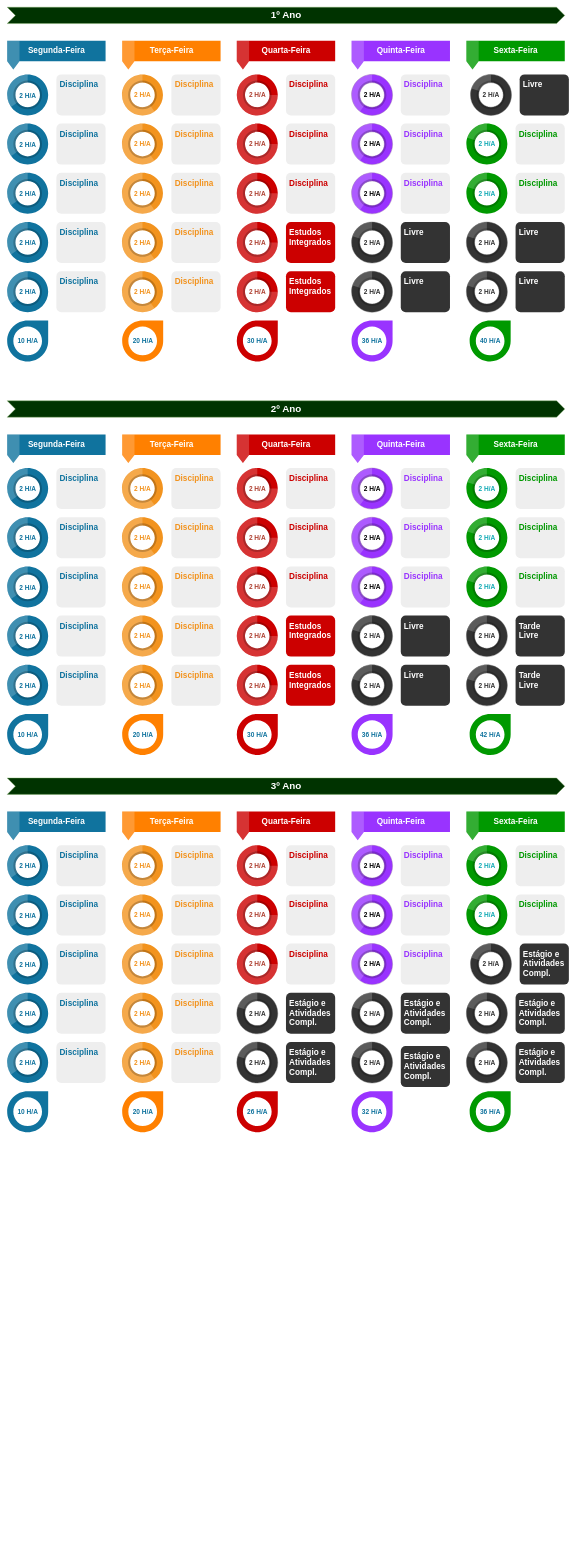
Earlier version of the draw.io diagram Pictures/DiagramaSemanal.drawio (waldeyr/novo_biotec). Source tidied: cells renumbered, new cells numbered last; positions are measured from the earlier drawing's top-left corner, leaving out a move shared by most shapes. Both pictures are drawn from the tidied source at 41%, with x=0, y=0 at pixel (7, 7).
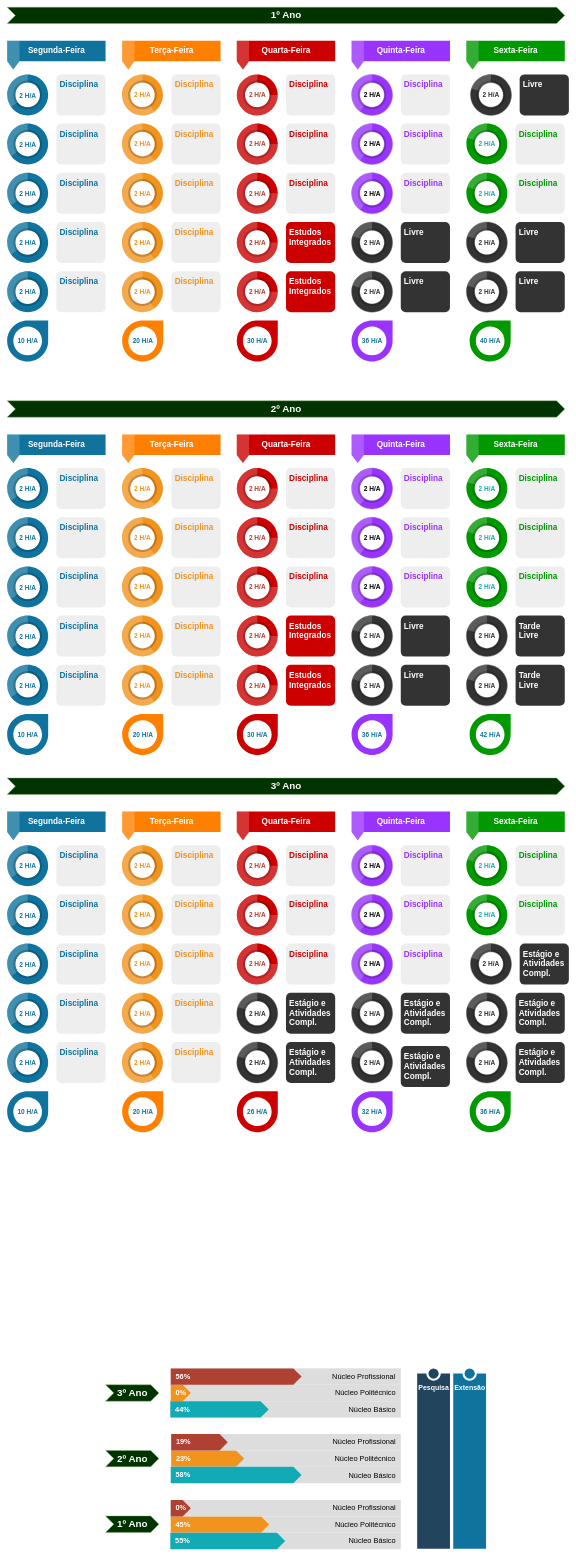
The same page after the edit.

Change to the diagram source:
```diff
@@
+    <mxCell id="185" style="whiteSpace=wrap;html=1;fixedSize=1;size=10;fillColor=#dddddd;strokeColor=none;rounded=0;" parent="1" vertex="1">
+      <mxGeometry x="399" y="3681" width="561" height="40" as="geometry" />
+    </mxCell>
+    <mxCell id="186" value="45%" style="html=1;shape=mxgraph.infographic.ribbonSimple;notch1=0;notch2=20;fillColor=#F2931E;strokeColor=none;align=left;verticalAlign=middle;fontColor=#ffffff;fontSize=18;spacingLeft=10;fontStyle=1;shadow=0;" parent="1" vertex="1">
+      <mxGeometry x="399" y="3681" width="240" height="40" as="geometry" />
+    </mxCell>
+    <mxCell id="187" style="whiteSpace=wrap;html=1;fixedSize=1;size=10;fillColor=#dddddd;strokeColor=none;rounded=0;" parent="1" vertex="1">
+      <mxGeometry x="398" y="3641" width="562" height="40" as="geometry" />
+    </mxCell>
+    <mxCell id="188" value="0%" style="html=1;shape=mxgraph.infographic.ribbonSimple;notch1=0;notch2=20;fillColor=#AE4132;strokeColor=none;align=left;verticalAlign=middle;fontColor=#ffffff;fontSize=18;spacingLeft=10;fontStyle=1;shadow=0;" parent="1" vertex="1">
+      <mxGeometry x="399" y="3641" width="49" height="40" as="geometry" />
+    </mxCell>
+    <mxCell id="189" style="whiteSpace=wrap;html=1;fixedSize=1;size=10;fillColor=#dddddd;strokeColor=none;rounded=0;" parent="1" vertex="1">
+      <mxGeometry x="398" y="3721" width="562" height="40" as="geometry" />
+    </mxCell>
+    <mxCell id="190" value="55%" style="html=1;shape=mxgraph.infographic.ribbonSimple;notch1=0;notch2=20;fillColor=#12AAB5;strokeColor=none;align=left;verticalAlign=middle;fontColor=#ffffff;fontSize=18;spacingLeft=10;fontStyle=1;shadow=0;" parent="1" vertex="1">
+      <mxGeometry x="398" y="3721" width="280" height="40" as="geometry" />
+    </mxCell>
+    <mxCell id="191" value="Núcleo Politécnico" style="text;html=1;strokeColor=none;fillColor=none;align=right;verticalAlign=middle;whiteSpace=wrap;rounded=0;shadow=0;fontSize=18;fontColor=#000000;spacingRight=10;" parent="1" vertex="1">
+      <mxGeometry x="719" y="3681" width="241" height="40" as="geometry" />
+    </mxCell>
+    <mxCell id="192" value="Núcleo Profissional" style="text;html=1;strokeColor=none;fillColor=none;align=right;verticalAlign=middle;whiteSpace=wrap;rounded=0;shadow=0;fontSize=18;fontColor=#000000;spacingRight=10;" parent="1" vertex="1">
+      <mxGeometry x="720" y="3641" width="240" height="40" as="geometry" />
+    </mxCell>
+    <mxCell id="193" value="Núcleo Básico" style="text;html=1;strokeColor=none;fillColor=none;align=right;verticalAlign=middle;whiteSpace=wrap;rounded=0;shadow=0;fontSize=18;fontColor=#000000;spacingRight=10;" parent="1" vertex="1">
+      <mxGeometry x="720" y="3721" width="240" height="40" as="geometry" />
+    </mxCell>
+    <mxCell id="194" style="whiteSpace=wrap;html=1;fixedSize=1;size=10;fillColor=#dddddd;strokeColor=none;rounded=0;" parent="1" vertex="1">
+      <mxGeometry x="400" y="3520" width="560" height="40" as="geometry" />
+    </mxCell>
+    <mxCell id="195" value="23%" style="html=1;shape=mxgraph.infographic.ribbonSimple;notch1=0;notch2=20;fillColor=#F2931E;strokeColor=none;align=left;verticalAlign=middle;fontColor=#ffffff;fontSize=18;spacingLeft=10;fontStyle=1;shadow=0;" parent="1" vertex="1">
+      <mxGeometry x="400" y="3520" width="178" height="40" as="geometry" />
+    </mxCell>
+    <mxCell id="196" style="whiteSpace=wrap;html=1;fixedSize=1;size=10;fillColor=#dddddd;strokeColor=none;rounded=0;" parent="1" vertex="1">
+      <mxGeometry x="399" y="3480" width="561" height="40" as="geometry" />
+    </mxCell>
+    <mxCell id="197" value="19%" style="html=1;shape=mxgraph.infographic.ribbonSimple;notch1=0;notch2=20;fillColor=#AE4132;strokeColor=none;align=left;verticalAlign=middle;fontColor=#ffffff;fontSize=18;spacingLeft=10;fontStyle=1;shadow=0;" parent="1" vertex="1">
+      <mxGeometry x="400" y="3480" width="138" height="40" as="geometry" />
+    </mxCell>
+    <mxCell id="198" style="whiteSpace=wrap;html=1;fixedSize=1;size=10;fillColor=#dddddd;strokeColor=none;rounded=0;" parent="1" vertex="1">
+      <mxGeometry x="399" y="3560" width="561" height="40" as="geometry" />
+    </mxCell>
+    <mxCell id="199" value="58%" style="html=1;shape=mxgraph.infographic.ribbonSimple;notch1=0;notch2=20;fillColor=#12AAB5;strokeColor=none;align=left;verticalAlign=middle;fontColor=#ffffff;fontSize=18;spacingLeft=10;fontStyle=1;shadow=0;" parent="1" vertex="1">
+      <mxGeometry x="399" y="3560" width="319" height="40" as="geometry" />
+    </mxCell>
+    <mxCell id="200" value="Núcleo Politécnico" style="text;html=1;strokeColor=none;fillColor=none;align=right;verticalAlign=middle;whiteSpace=wrap;rounded=0;shadow=0;fontSize=18;fontColor=#000000;spacingRight=10;" parent="1" vertex="1">
+      <mxGeometry x="730" y="3521" width="229" height="40" as="geometry" />
+    </mxCell>
+    <mxCell id="201" value="Núcleo Profissional" style="text;html=1;strokeColor=none;fillColor=none;align=right;verticalAlign=middle;whiteSpace=wrap;rounded=0;shadow=0;fontSize=18;fontColor=#000000;spacingRight=10;" parent="1" vertex="1">
+      <mxGeometry x="720" y="3480" width="240" height="40" as="geometry" />
+    </mxCell>
+    <mxCell id="202" value="Núcleo Básico" style="text;html=1;strokeColor=none;fillColor=none;align=right;verticalAlign=middle;whiteSpace=wrap;rounded=0;shadow=0;fontSize=18;fontColor=#000000;spacingRight=10;" parent="1" vertex="1">
+      <mxGeometry x="720" y="3561" width="240" height="40" as="geometry" />
+    </mxCell>
+    <mxCell id="203" style="whiteSpace=wrap;html=1;fixedSize=1;size=10;fillColor=#dddddd;strokeColor=none;rounded=0;" parent="1" vertex="1">
+      <mxGeometry x="399" y="3360" width="561" height="40" as="geometry" />
+    </mxCell>
+    <mxCell id="204" value="0%" style="html=1;shape=mxgraph.infographic.ribbonSimple;notch1=0;notch2=20;fillColor=#F2931E;strokeColor=none;align=left;verticalAlign=middle;fontColor=#ffffff;fontSize=18;spacingLeft=10;fontStyle=1;shadow=0;" parent="1" vertex="1">
+      <mxGeometry x="399" y="3360" width="49" height="40" as="geometry" />
+    </mxCell>
+    <mxCell id="205" style="whiteSpace=wrap;html=1;fixedSize=1;size=10;fillColor=#dddddd;strokeColor=none;rounded=0;" parent="1" vertex="1">
+      <mxGeometry x="398" y="3320" width="562" height="40" as="geometry" />
+    </mxCell>
+    <mxCell id="206" value="56%" style="html=1;shape=mxgraph.infographic.ribbonSimple;notch1=0;notch2=20;fillColor=#AE4132;strokeColor=none;align=left;verticalAlign=middle;fontColor=#ffffff;fontSize=18;spacingLeft=10;fontStyle=1;shadow=0;" parent="1" vertex="1">
+      <mxGeometry x="399" y="3320" width="319" height="40" as="geometry" />
+    </mxCell>
+    <mxCell id="207" style="whiteSpace=wrap;html=1;fixedSize=1;size=10;fillColor=#dddddd;strokeColor=none;rounded=0;" parent="1" vertex="1">
+      <mxGeometry x="398" y="3400" width="562" height="40" as="geometry" />
+    </mxCell>
+    <mxCell id="208" value="44%" style="html=1;shape=mxgraph.infographic.ribbonSimple;notch1=0;notch2=20;fillColor=#12AAB5;strokeColor=none;align=left;verticalAlign=middle;fontColor=#ffffff;fontSize=18;spacingLeft=10;fontStyle=1;shadow=0;" parent="1" vertex="1">
+      <mxGeometry x="398" y="3400" width="240" height="40" as="geometry" />
+    </mxCell>
+    <mxCell id="209" value="Núcleo Politécnico" style="text;html=1;strokeColor=none;fillColor=none;align=right;verticalAlign=middle;whiteSpace=wrap;rounded=0;shadow=0;fontSize=18;fontColor=#000000;spacingRight=10;" parent="1" vertex="1">
+      <mxGeometry x="720" y="3360" width="240" height="40" as="geometry" />
+    </mxCell>
+    <mxCell id="210" value="Núcleo Profissional" style="text;html=1;strokeColor=none;fillColor=none;align=right;verticalAlign=middle;whiteSpace=wrap;rounded=0;shadow=0;fontSize=18;fontColor=#000000;spacingRight=10;" parent="1" vertex="1">
+      <mxGeometry x="720" y="3320" width="239" height="40" as="geometry" />
+    </mxCell>
+    <mxCell id="211" value="Núcleo Básico" style="text;html=1;strokeColor=none;fillColor=none;align=right;verticalAlign=middle;whiteSpace=wrap;rounded=0;shadow=0;fontSize=18;fontColor=#000000;spacingRight=10;" parent="1" vertex="1">
+      <mxGeometry x="720" y="3400" width="240" height="40" as="geometry" />
+    </mxCell>
+    <mxCell id="212" value="3º Ano" style="html=1;shape=mxgraph.infographic.ribbonSimple;notch1=20;notch2=20;fillColor=#003300;strokeColor=#82b366;align=center;verticalAlign=middle;fontSize=24;fontStyle=1;fontColor=#FFFFFF;" parent="1" vertex="1">
+      <mxGeometry x="240" y="3360" width="130" height="40" as="geometry" />
+    </mxCell>
+    <mxCell id="213" value="2º Ano" style="html=1;shape=mxgraph.infographic.ribbonSimple;notch1=20;notch2=20;fillColor=#003300;strokeColor=#82b366;align=center;verticalAlign=middle;fontSize=24;fontStyle=1;fontColor=#FFFFFF;" parent="1" vertex="1">
+      <mxGeometry x="240" y="3520" width="130" height="40" as="geometry" />
+    </mxCell>
+    <mxCell id="214" value="1º Ano" style="html=1;shape=mxgraph.infographic.ribbonSimple;notch1=20;notch2=20;fillColor=#003300;strokeColor=#82b366;align=center;verticalAlign=middle;fontSize=24;fontStyle=1;fontColor=#FFFFFF;" parent="1" vertex="1">
+      <mxGeometry x="240" y="3680" width="130" height="40" as="geometry" />
+    </mxCell>
+    <mxCell id="215" value="Extensão" style="verticalLabelPosition=middle;verticalAlign=top;html=1;shape=mxgraph.infographic.numberedEntryVert;dy=25;strokeColor=none;fontSize=17;fontColor=#FFFFFF;align=center;labelPosition=center;spacingTop=32;fontStyle=1;fillColor=#10739E;" parent="1" vertex="1">
+      <mxGeometry x="1088" y="3320" width="80" height="440" as="geometry" />
+    </mxCell>
+    <mxCell id="216" value="Pesquisa" style="verticalLabelPosition=middle;verticalAlign=top;html=1;shape=mxgraph.infographic.numberedEntryVert;dy=25;strokeColor=none;fontSize=17;fontColor=#FFFFFF;align=center;labelPosition=center;spacingTop=32;fontStyle=1;fillColor=#23445D;" parent="1" vertex="1">
+      <mxGeometry x="1000" y="3320" width="80" height="440" as="geometry" />
+    </mxCell>
```
